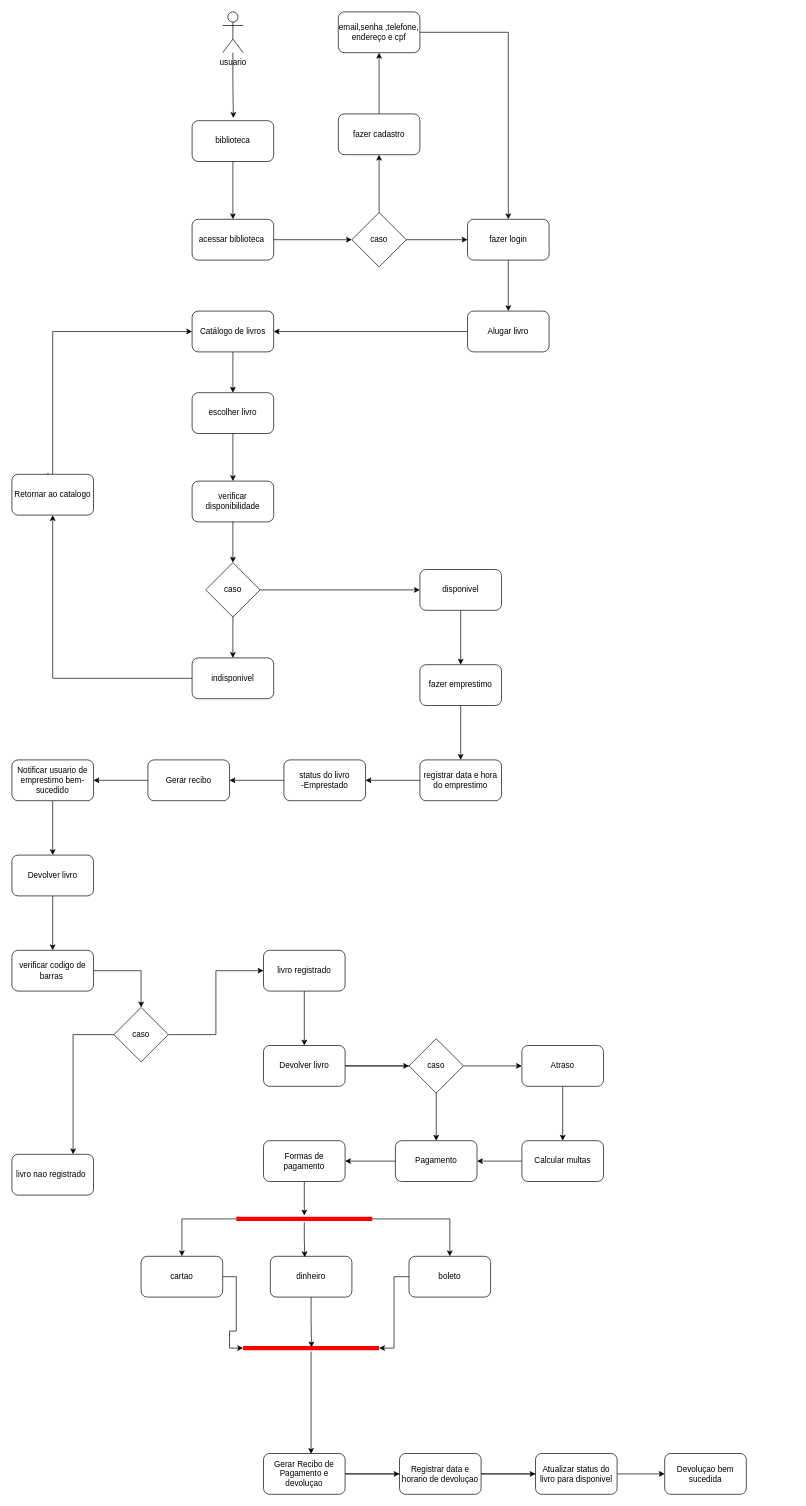
Earlier version of the draw.io diagram Diagrama sem nome.drawio (RenatoBorges6067/DEV-WEB). Source tidied: cells renumbered, new cells numbered last; positions are measured from the earlier drawing's top-left corner, leaving out a move shared by most shapes. Both pictures are drawn from the tidied source at 68%, with x=0, y=0 at pixel (12, 12).
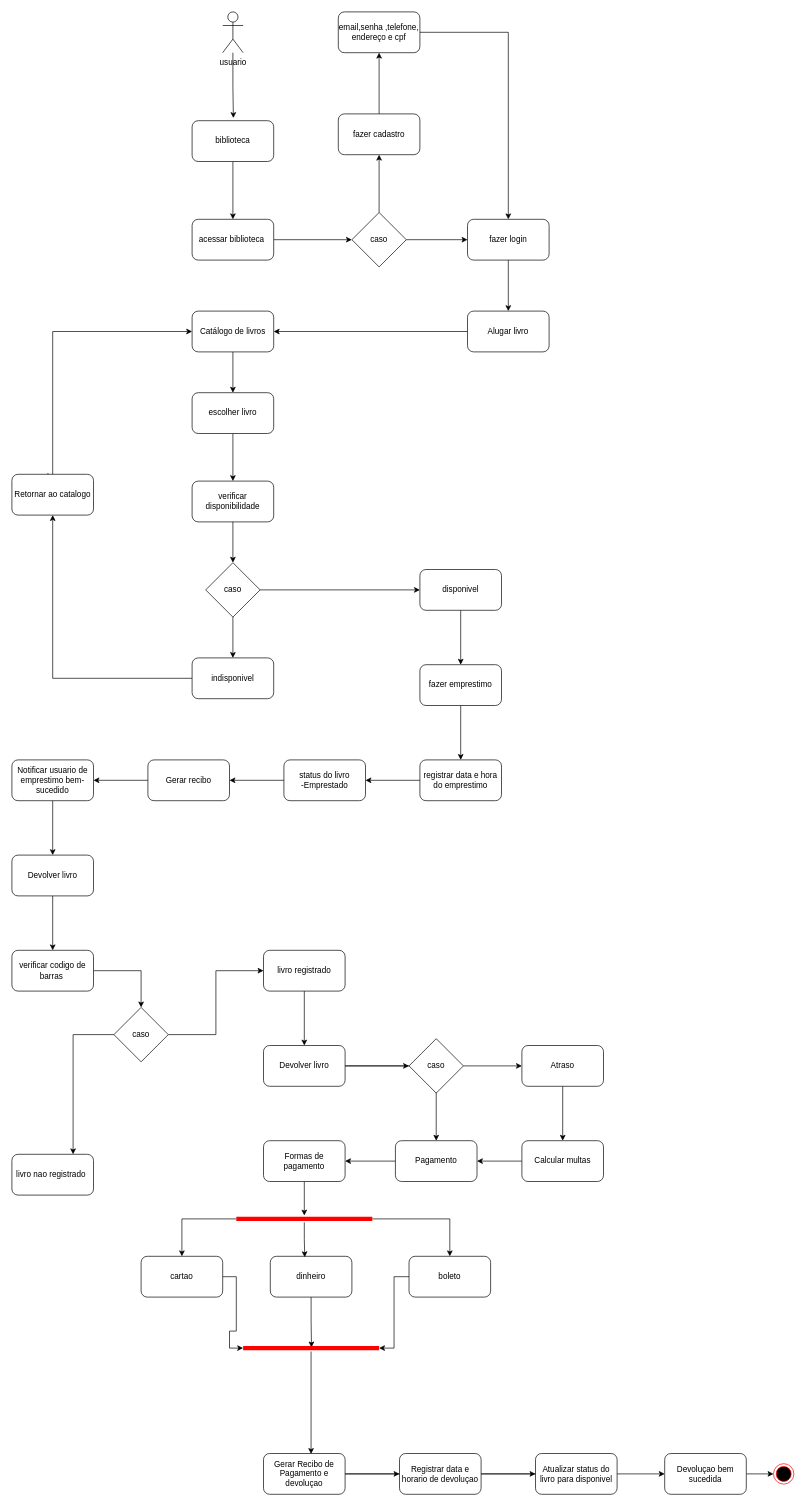
The same page after the edit.

Commit message:
sistema de biblioteca

Unchanged cells that the change refers to:
```xml
<mxCell id="73" value="Devoluçao bem sucedida" style="whiteSpace=wrap;html=1;rounded=1;" parent="1" vertex="1">
  <mxGeometry x="960" y="2120" width="120" height="60" as="geometry" />
</mxCell>
```

What changed in the source:
```diff
@@
+    <mxCell id="86" style="edgeStyle=orthogonalEdgeStyle;rounded=0;jettySize=auto;html=1;" parent="1" edge="1" source="73" target="87">
+      <mxGeometry relative="1" as="geometry" />
+    </mxCell>
@@
+    <mxCell id="87" style="ellipse;html=1;shape=endState;fillColor=#000000;strokeColor=#ff0000;" parent="1" vertex="1">
+      <mxGeometry x="1120" y="2135" width="30" height="30" as="geometry" />
+    </mxCell>
```
